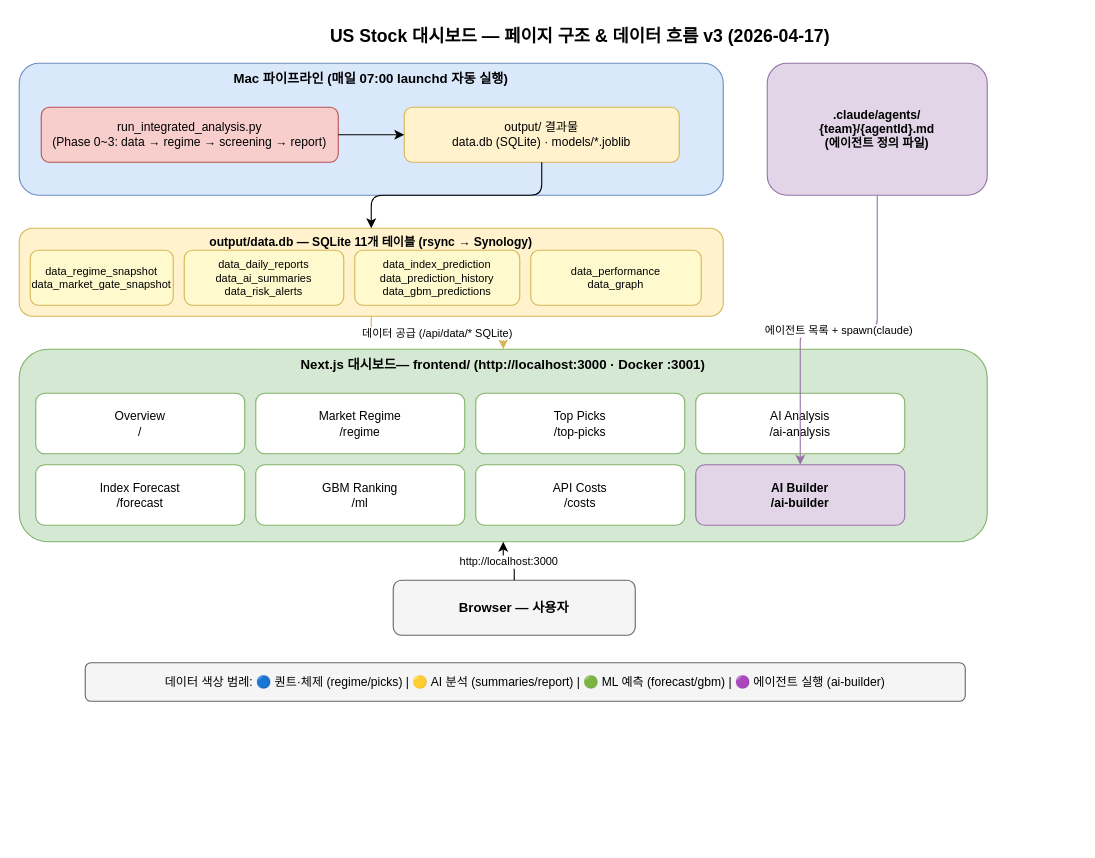
This is docs/architecture/dashboard-easy-guide_v3.drawio from jeehoon0310/us-stock, a draw.io file, before an edit. Source tidied: cells renumbered, new cells numbered last; positions are measured from the earlier drawing's top-left corner, leaving out a move shared by most shapes. Both pictures are drawn from the tidied source at 110%, with x=0, y=0 at pixel (19, 19).
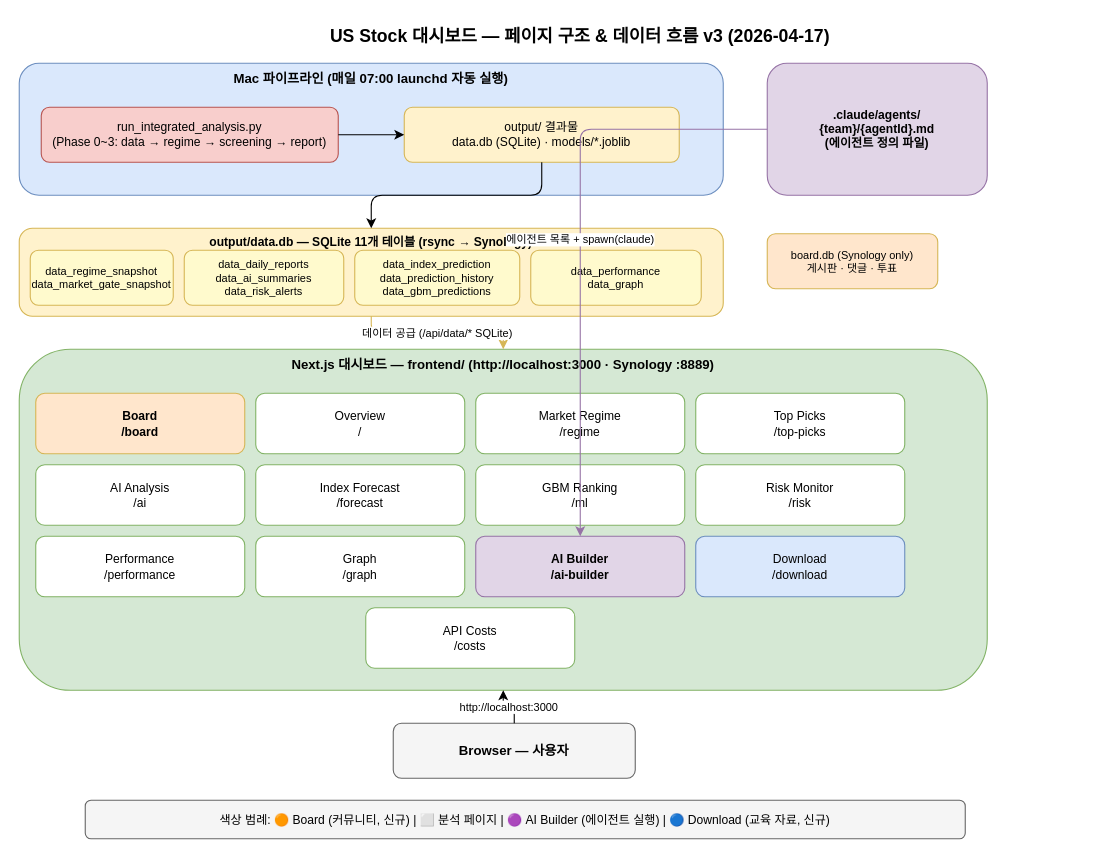
The same diagram, later.

The edit, as a diff of the source:
```diff
@@
+    <mxCell id="28" value="board.db (Synology only)&#10;게시판 · 댓글 · 투표" style="text;html=1;strokeColor=#d6b656;fillColor=#ffe6cc;fontSize=10;align=center;verticalAlign=middle;whiteSpace=wrap;rounded=1;" parent="1" vertex="1">
+      <mxGeometry x="680" y="195" width="155" height="50" as="geometry" />
+    </mxCell>
-    <mxCell id="14" value="Next.js 대시보드— frontend/  (http://localhost:3000 · Docker :3001)" style="rounded=1;whiteSpace=wrap;html=1;fillColor=#d5e8d4;strokeColor=#82b366;fontSize=12;fontStyle=1;verticalAlign=top;" parent="1" vertex="1">
-      <mxGeometry y="300" width="880" height="175" as="geometry" />
+    <mxCell id="14" value="Next.js 대시보드 — frontend/  (http://localhost:3000 · Synology :8889)" style="rounded=1;whiteSpace=wrap;html=1;fillColor=#d5e8d4;strokeColor=#82b366;fontSize=12;fontStyle=1;verticalAlign=top;" parent="1" vertex="1">
+      <mxGeometry y="300" width="880" height="310" as="geometry" />
     </mxCell>
+    <mxCell id="29" value="Board&#10;/board" style="rounded=1;whiteSpace=wrap;html=1;fillColor=#ffe6cc;strokeColor=#d6b656;fontSize=11;fontStyle=1;" parent="1" vertex="1">
+      <mxGeometry x="15" y="340" width="190" height="55" as="geometry" />
+    </mxCell>
     <mxCell id="15" value="Overview&#10;/" style="rounded=1;whiteSpace=wrap;html=1;fillColor=#ffffff;strokeColor=#82b366;fontSize=11;" parent="1" vertex="1">
-      <mxGeometry x="15" y="340" width="190" height="55" as="geometry" />
+      <mxGeometry x="215" y="340" width="190" height="55" as="geometry" />
     </mxCell>
     <mxCell id="16" value="Market Regime&#10;/regime" style="rounded=1;whiteSpace=wrap;html=1;fillColor=#ffffff;strokeColor=#82b366;fontSize=11;" parent="1" vertex="1">
-      <mxGeometry x="215" y="340" width="190" height="55" as="geometry" />
+      <mxGeometry x="415" y="340" width="190" height="55" as="geometry" />
     </mxCell>
     <mxCell id="17" value="Top Picks&#10;/top-picks" style="rounded=1;whiteSpace=wrap;html=1;fillColor=#ffffff;strokeColor=#82b366;fontSize=11;" parent="1" vertex="1">
-      <mxGeometry x="415" y="340" width="190" height="55" as="geometry" />
+      <mxGeometry x="615" y="340" width="190" height="55" as="geometry" />
     </mxCell>
-    <mxCell id="18" value="AI Analysis&#10;/ai-analysis" style="rounded=1;whiteSpace=wrap;html=1;fillColor=#ffffff;strokeColor=#82b366;fontSize=11;" parent="1" vertex="1">
-      <mxGeometry x="615" y="340" width="190" height="55" as="geometry" />
+    <mxCell id="18" value="AI Analysis&#10;/ai" style="rounded=1;whiteSpace=wrap;html=1;fillColor=#ffffff;strokeColor=#82b366;fontSize=11;" parent="1" vertex="1">
+      <mxGeometry x="15" y="405" width="190" height="55" as="geometry" />
     </mxCell>
     <mxCell id="19" value="Index Forecast&#10;/forecast" style="rounded=1;whiteSpace=wrap;html=1;fillColor=#ffffff;strokeColor=#82b366;fontSize=11;" parent="1" vertex="1">
-      <mxGeometry x="15" y="405" width="190" height="55" as="geometry" />
+      <mxGeometry x="215" y="405" width="190" height="55" as="geometry" />
     </mxCell>
     <mxCell id="20" value="GBM Ranking&#10;/ml" style="rounded=1;whiteSpace=wrap;html=1;fillColor=#ffffff;strokeColor=#82b366;fontSize=11;" parent="1" vertex="1">
-      <mxGeometry x="215" y="405" width="190" height="55" as="geometry" />
+      <mxGeometry x="415" y="405" width="190" height="55" as="geometry" />
     </mxCell>
+    <mxCell id="30" value="Risk Monitor&#10;/risk" style="rounded=1;whiteSpace=wrap;html=1;fillColor=#ffffff;strokeColor=#82b366;fontSize=11;" parent="1" vertex="1">
+      <mxGeometry x="615" y="405" width="190" height="55" as="geometry" />
+    </mxCell>
+    <mxCell id="31" value="Performance&#10;/performance" style="rounded=1;whiteSpace=wrap;html=1;fillColor=#ffffff;strokeColor=#82b366;fontSize=11;" parent="1" vertex="1">
+      <mxGeometry x="15" y="470" width="190" height="55" as="geometry" />
+    </mxCell>
+    <mxCell id="32" value="Graph&#10;/graph" style="rounded=1;whiteSpace=wrap;html=1;fillColor=#ffffff;strokeColor=#82b366;fontSize=11;" parent="1" vertex="1">
+      <mxGeometry x="215" y="470" width="190" height="55" as="geometry" />
+    </mxCell>
+    <mxCell id="22" value="AI Builder&#10;/ai-builder" style="rounded=1;whiteSpace=wrap;html=1;fillColor=#e1d5e7;strokeColor=#9673a6;fontSize=11;fontStyle=1;" parent="1" vertex="1">
+      <mxGeometry x="415" y="470" width="190" height="55" as="geometry" />
+    </mxCell>
+    <mxCell id="33" value="Download&#10;/download" style="rounded=1;whiteSpace=wrap;html=1;fillColor=#dae8fc;strokeColor=#6c8ebf;fontSize=11;" parent="1" vertex="1">
+      <mxGeometry x="615" y="470" width="190" height="55" as="geometry" />
+    </mxCell>
     <mxCell id="21" value="API Costs&#10;/costs" style="rounded=1;whiteSpace=wrap;html=1;fillColor=#ffffff;strokeColor=#82b366;fontSize=11;" parent="1" vertex="1">
-      <mxGeometry x="415" y="405" width="190" height="55" as="geometry" />
+      <mxGeometry x="315" y="535" width="190" height="55" as="geometry" />
     </mxCell>
-    <mxCell id="22" value="AI Builder&#10;/ai-builder" style="rounded=1;whiteSpace=wrap;html=1;fillColor=#e1d5e7;strokeColor=#9673a6;fontSize=11;fontStyle=1;" parent="1" vertex="1">
-      <mxGeometry x="615" y="405" width="190" height="55" as="geometry" />
-    </mxCell>
     <mxCell id="23" value="Browser — 사용자" style="rounded=1;whiteSpace=wrap;html=1;fillColor=#f5f5f5;strokeColor=#666666;fontSize=12;fontStyle=1;" parent="1" vertex="1">
-      <mxGeometry x="340" y="510" width="220" height="50" as="geometry" />
+      <mxGeometry x="340" y="640" width="220" height="50" as="geometry" />
     </mxCell>
@@
-    <mxCell id="27" value="데이터 색상 범례:  🔵 퀀트·체제 (regime/picks)  |  🟡 AI 분석 (summaries/report)  |  🟢 ML 예측 (forecast/gbm)  |  🟣 에이전트 실행 (ai-builder)" style="rounded=1;whiteSpace=wrap;html=1;fillColor=#f5f5f5;strokeColor=#666666;fontSize=11;align=center;" parent="1" vertex="1">
-      <mxGeometry x="60" y="585" width="800" height="35" as="geometry" />
+    <mxCell id="27" value="색상 범례:  🟠 Board (커뮤니티, 신규)  |  ⬜ 분석 페이지  |  🟣 AI Builder (에이전트 실행)  |  🔵 Download (교육 자료, 신규)" style="rounded=1;whiteSpace=wrap;html=1;fillColor=#f5f5f5;strokeColor=#666666;fontSize=11;align=center;" parent="1" vertex="1">
+      <mxGeometry x="60" y="710" width="800" height="35" as="geometry" />
     </mxCell>
```
